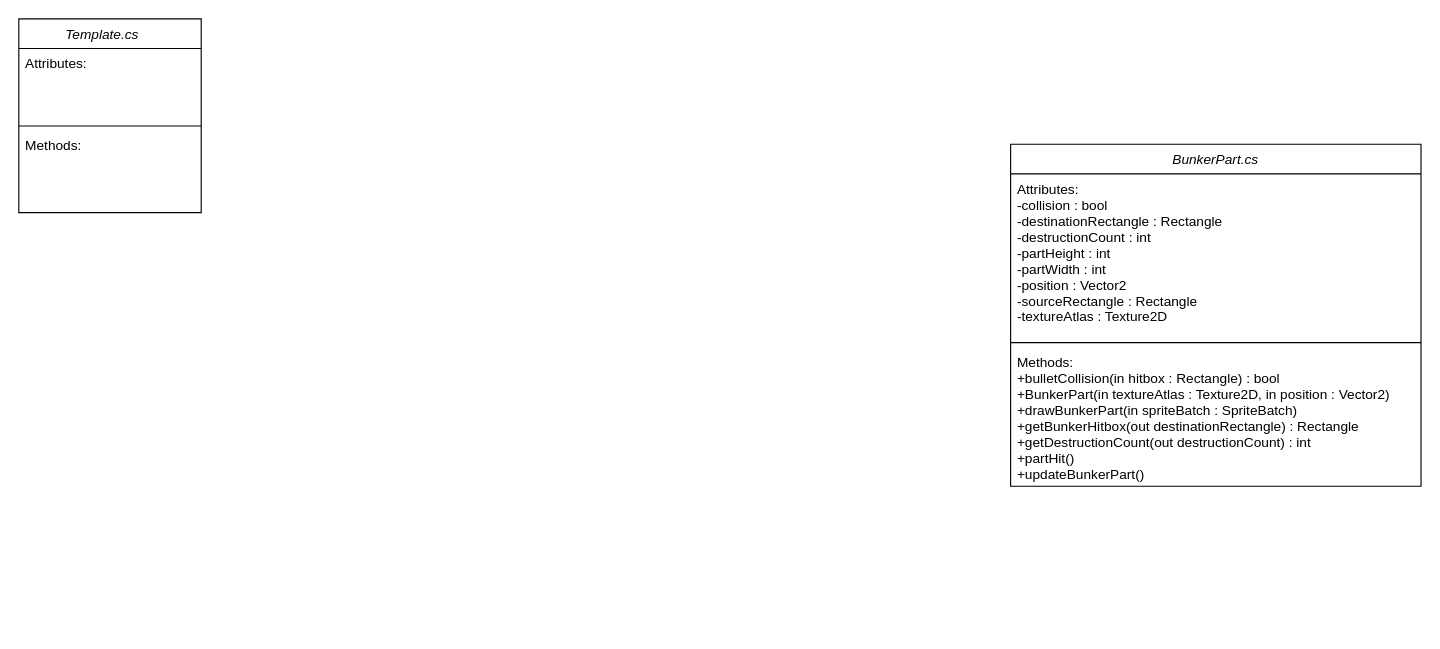
Earlier version of the draw.io diagram Diagrams/ClassDiagramFinal.drawio (Ferogreywolf7/Alien-Attack). Source tidied: cells renumbered, new cells numbered last; positions are measured from the earlier drawing's top-left corner, leaving out a move shared by most shapes. Both pictures are drawn from the tidied source at 114%, with x=0, y=0 at pixel (18, 18).
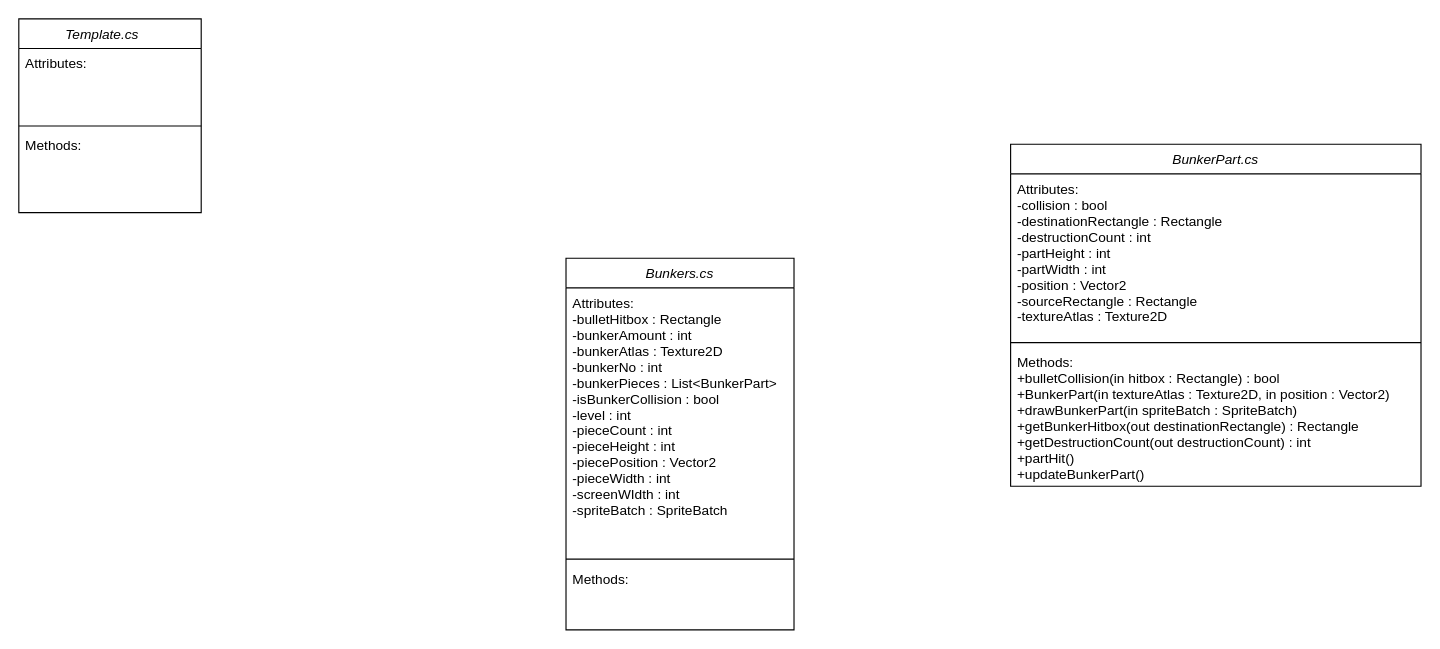
The same page after the edit.

Change to the diagram source:
```diff
@@
 <mxGraphModel>
   <root>
     <mxCell id="0" />
     <mxCell id="1" parent="0" />
     <mxCell id="2" value="BunkerPart.cs" style="swimlane;fontStyle=2;align=center;verticalAlign=top;horizontal=1;startSize=26;rounded=0;shadow=0;strokeWidth=1;" parent="1" vertex="1">
       <mxGeometry x="870" y="110" width="360" height="300" as="geometry" />
     </mxCell>
     <mxCell id="3" value="Attributes:&#10;-collision : bool&#10;-destinationRectangle : Rectangle&#10;-destructionCount : int&#10;-partHeight : int&#10;-partWidth : int&#10;-position : Vector2&#10;-sourceRectangle : Rectangle&#10;-textureAtlas : Texture2D" style="text;align=left;verticalAlign=top;spacingLeft=4;spacingRight=4;overflow=hidden;" parent="2" vertex="1">
       <mxGeometry y="26" width="360" height="144" as="geometry" />
     </mxCell>
     <mxCell id="4" style="line;html=1;strokeWidth=1;align=left;verticalAlign=middle;spacingTop=-1;spacingLeft=3;spacingRight=3;labelPosition=right;" parent="2" vertex="1">
       <mxGeometry y="170" width="360" height="8" as="geometry" />
     </mxCell>
     <mxCell id="5" value="Methods:&#10;+bulletCollision(in hitbox : Rectangle) : bool&#10;+BunkerPart(in textureAtlas : Texture2D, in position : Vector2)&#10;+drawBunkerPart(in spriteBatch : SpriteBatch)&#10;+getBunkerHitbox(out destinationRectangle) : Rectangle&#10;+getDestructionCount(out destructionCount) : int&#10;+partHit()&#10;+updateBunkerPart()&#10;" style="text;align=left;verticalAlign=top;spacingLeft=4;spacingRight=4;overflow=hidden;" parent="2" vertex="1">
       <mxGeometry y="178" width="360" height="122" as="geometry" />
     </mxCell>
     <mxCell id="6" value="Template.cs    " style="swimlane;fontStyle=2;align=center;verticalAlign=top;horizontal=1;startSize=26;rounded=0;shadow=0;strokeWidth=1;" parent="1" vertex="1">
       <mxGeometry width="160" height="170" as="geometry" />
     </mxCell>
     <mxCell id="7" value="Attributes:&#10;" style="text;align=left;verticalAlign=top;spacingLeft=4;spacingRight=4;overflow=hidden;" parent="6" vertex="1">
       <mxGeometry y="26" width="160" height="64" as="geometry" />
     </mxCell>
     <mxCell id="8" style="line;html=1;strokeWidth=1;align=left;verticalAlign=middle;spacingTop=-1;spacingLeft=3;spacingRight=3;labelPosition=right;" parent="6" vertex="1">
       <mxGeometry y="90" width="160" height="8" as="geometry" />
     </mxCell>
     <mxCell id="9" value="Methods:" style="text;align=left;verticalAlign=top;spacingLeft=4;spacingRight=4;overflow=hidden;" parent="6" vertex="1">
       <mxGeometry y="98" width="160" height="58" as="geometry" />
     </mxCell>
+    <mxCell id="10" value="Bunkers.cs" style="swimlane;fontStyle=2;align=center;verticalAlign=top;horizontal=1;startSize=26;rounded=0;shadow=0;strokeWidth=1;" parent="1" vertex="1">
+      <mxGeometry x="480" y="210" width="200" height="326" as="geometry" />
+    </mxCell>
+    <mxCell id="11" value="Attributes:&#10;-bulletHitbox : Rectangle&#10;-bunkerAmount : int&#10;-bunkerAtlas : Texture2D&#10;-bunkerNo : int&#10;-bunkerPieces : List&lt;BunkerPart&gt;&#10;-isBunkerCollision : bool&#10;-level : int&#10;-pieceCount : int&#10;-pieceHeight : int&#10;-piecePosition : Vector2&#10;-pieceWidth : int&#10;-screenWIdth : int&#10;-spriteBatch : SpriteBatch" style="text;align=left;verticalAlign=top;spacingLeft=4;spacingRight=4;overflow=hidden;" parent="10" vertex="1">
+      <mxGeometry y="26" width="200" height="234" as="geometry" />
+    </mxCell>
+    <mxCell id="12" style="line;html=1;strokeWidth=1;align=left;verticalAlign=middle;spacingTop=-1;spacingLeft=3;spacingRight=3;labelPosition=right;" parent="10" vertex="1">
+      <mxGeometry y="260" width="200" height="8" as="geometry" />
+    </mxCell>
+    <mxCell id="13" value="Methods:" style="text;align=left;verticalAlign=top;spacingLeft=4;spacingRight=4;overflow=hidden;" parent="10" vertex="1">
+      <mxGeometry y="268" width="200" height="58" as="geometry" />
+    </mxCell>
   </root>
 </mxGraphModel>
```
